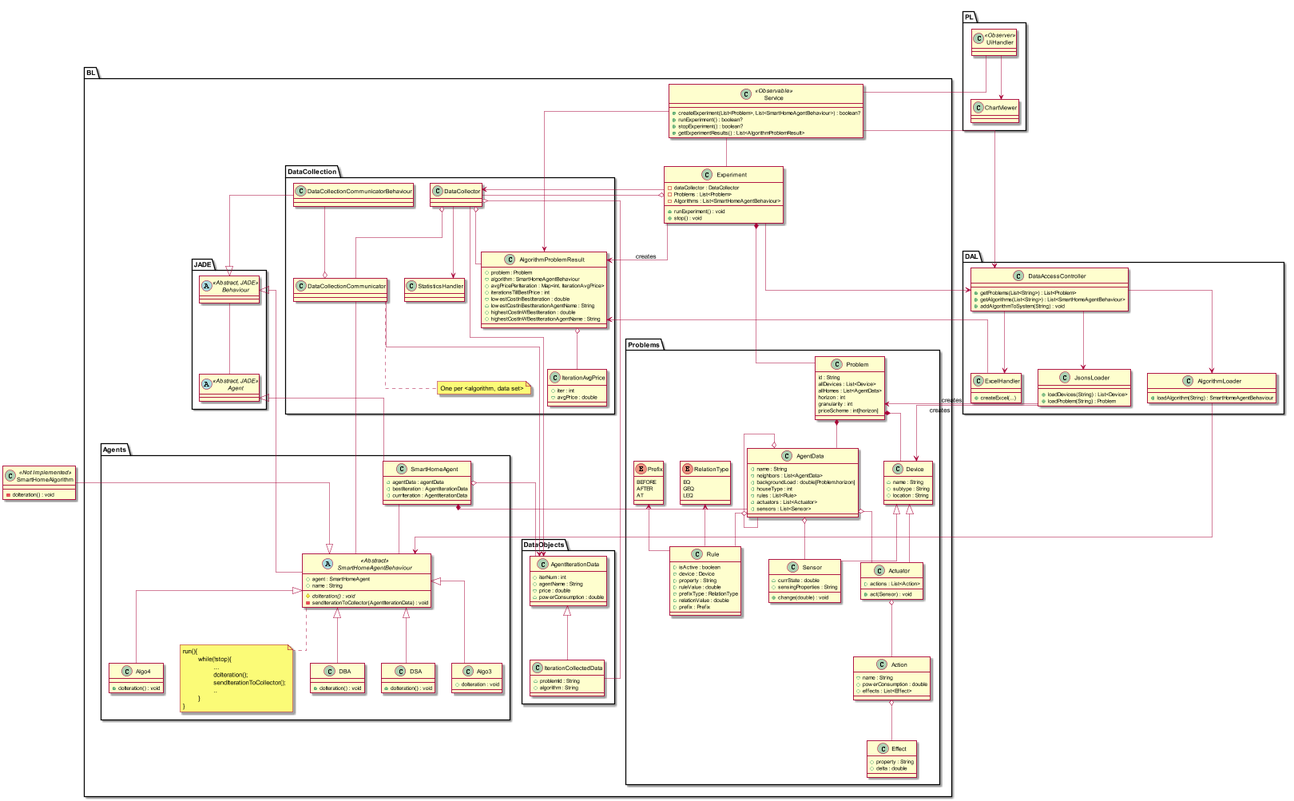
This is Final/Docs/Diagrams/class diagram/ClassDiagram.png from miamiHits/FinalProject, a PlantUML export, as it was before one commit.
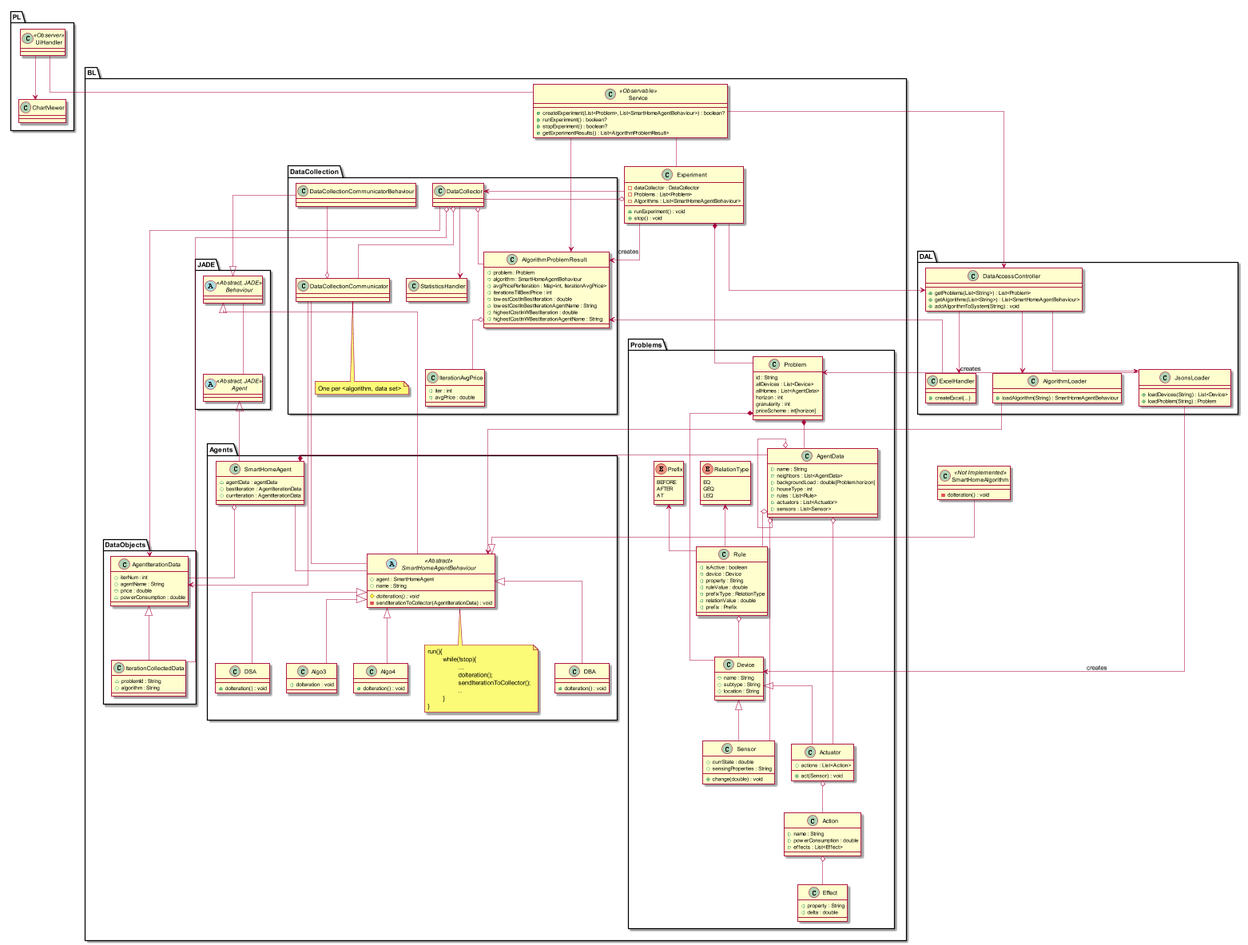
The same diagram one commit later.

Commit message:
small changes to class diagram

What changed in the source:
```diff
@@ -96,6 +96,7 @@
 
 		Prefix <-- Rule
 		RelationType <-- Rule
+		Rule o-- Device
 	}
 
 	package Agents {
```
